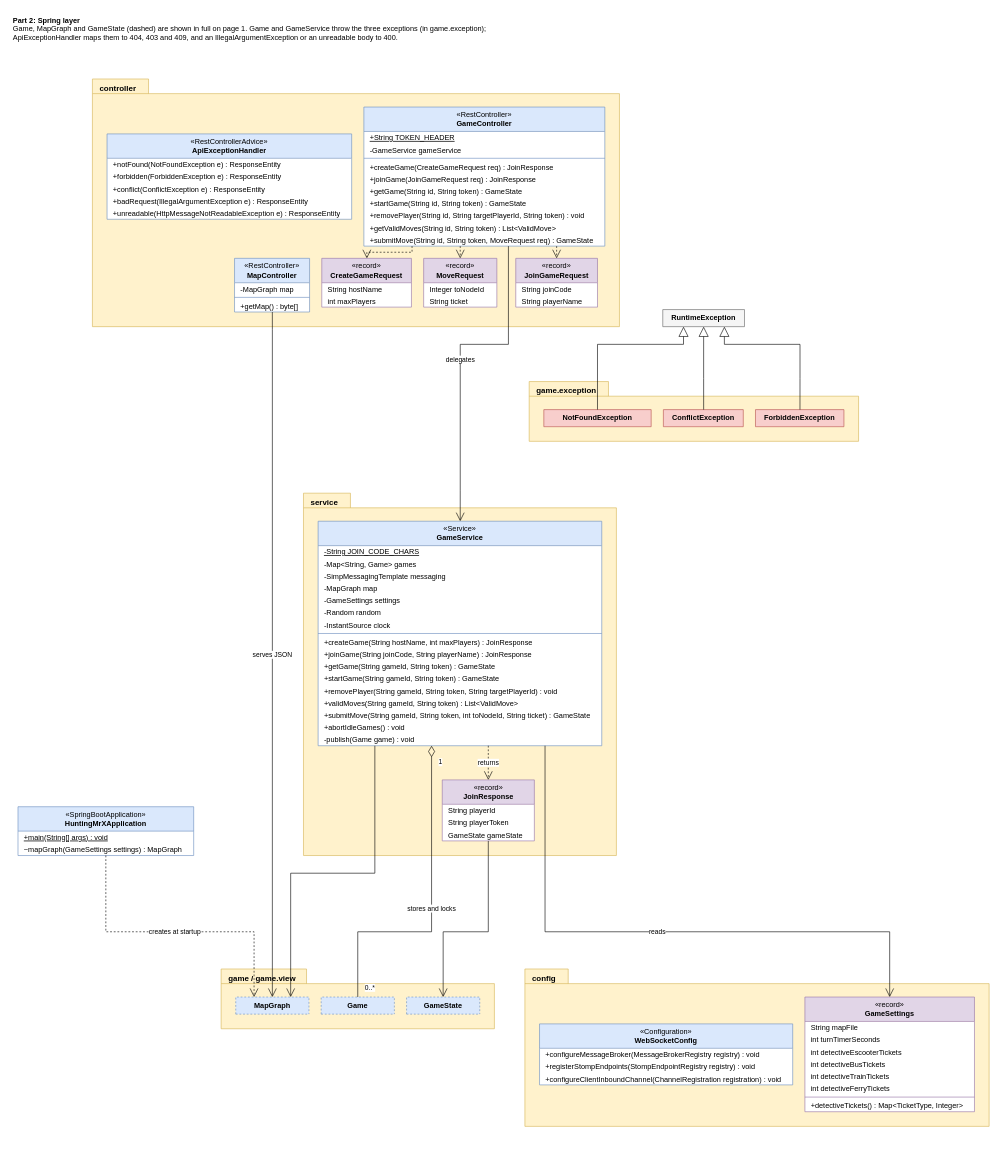
Above: page "Part 2: Spring layer" (2 of 2) of documentation/plans/class-graph.drawio in Ming-Bao/HuntingMrX (draw.io), before the change. Source tidied: cells renumbered, new cells numbered last; positions are measured from the earlier drawing's top-left corner, leaving out a move shared by most shapes. Both pictures are drawn from the tidied source at 61%, with x=0, y=0 at pixel (10, 10).
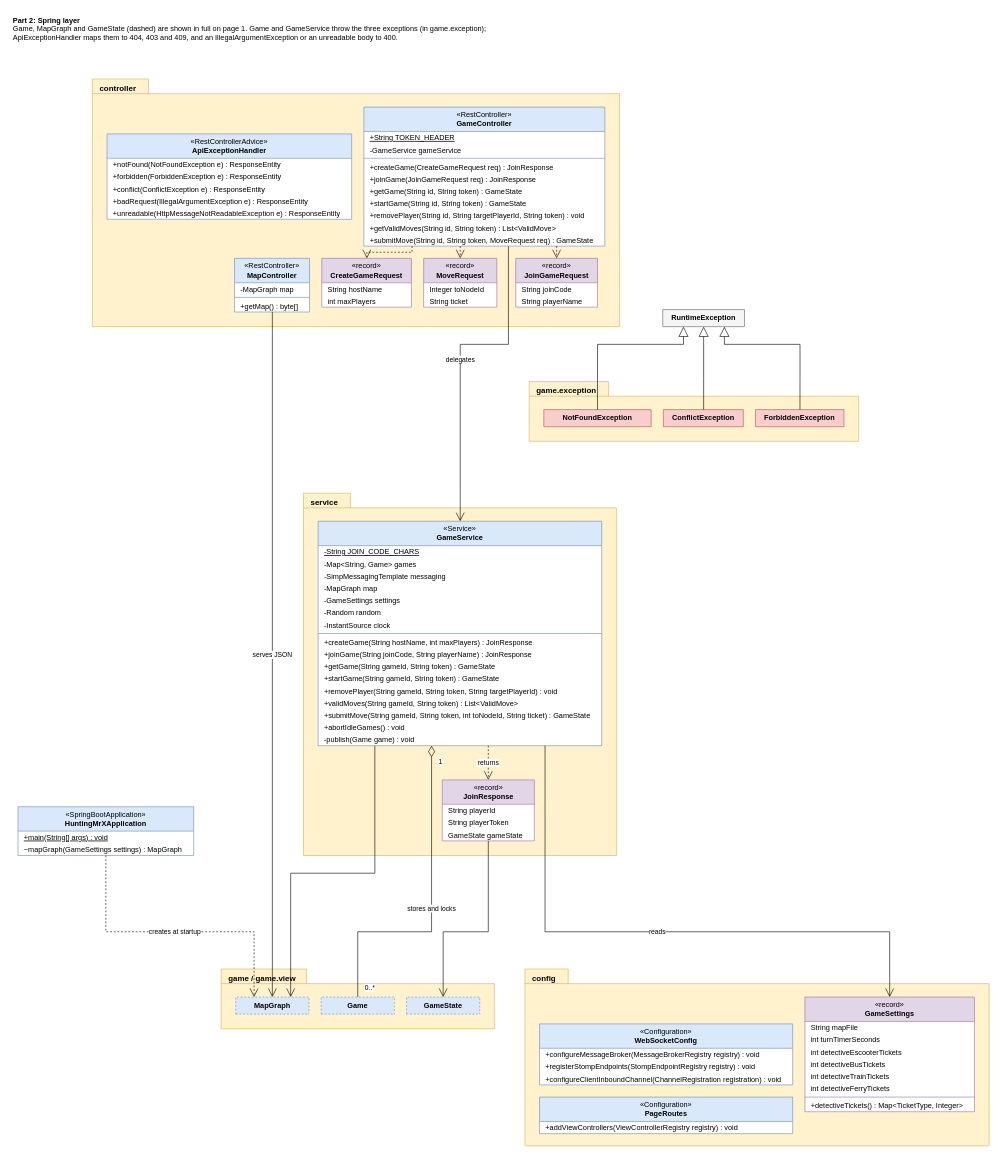
After the change.

Change to the diagram source:
```diff
@@
     <mxCell id="5" value="config" style="shape=folder;tabWidth=71;tabHeight=24;tabPosition=left;fontStyle=1;fontSize=13;verticalAlign=top;align=left;spacingLeft=10;spacingTop=1;fillColor=#fff2cc;strokeColor=#d6b656;html=1;" parent="1" vertex="1">
-      <mxGeometry x="843" y="1571" width="761" height="258" as="geometry" />
+      <mxGeometry x="843" y="1571" width="761" height="290" as="geometry" />
     </mxCell>
@@
+    <mxCell id="99" value="«Configuration»&lt;br&gt;&lt;b&gt;PageRoutes&lt;/b&gt;" style="swimlane;fontStyle=0;horizontal=1;startSize=40;html=1;whiteSpace=wrap;fontSize=12;fillColor=#dae8fc;strokeColor=#6c8ebf;swimlaneFillColor=#FFFFFF;" parent="5" vertex="1">
+      <mxGeometry x="24" y="210" width="415" height="60" as="geometry" />
+    </mxCell>
+    <mxCell id="100" value="+addViewControllers(ViewControllerRegistry registry) : void" style="text;strokeColor=none;fillColor=none;align=left;verticalAlign=middle;spacingLeft=8;spacingRight=8;overflow=hidden;fontSize=12;" parent="99" vertex="1">
+      <mxGeometry y="40" width="415" height="20" as="geometry" />
+    </mxCell>
```
